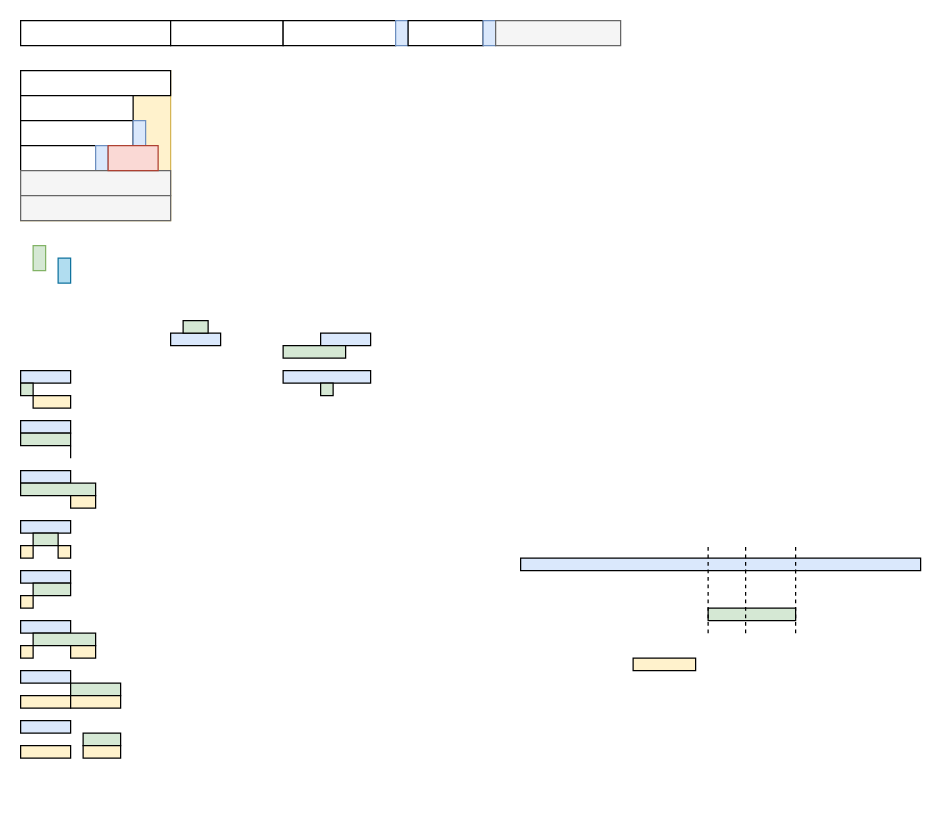
Earlier version of the draw.io diagram page "Курсор дисплея" (7 of 9) of _Doc/LPM_class_component_diagram.drawio (Teslatec/LPM_Editor). Source tidied: cells renumbered, new cells numbered last; positions are measured from the earlier drawing's top-left corner, leaving out a move shared by most shapes. Both pictures are drawn from the tidied source at 125%, with x=0, y=0 at pixel (20, 20).
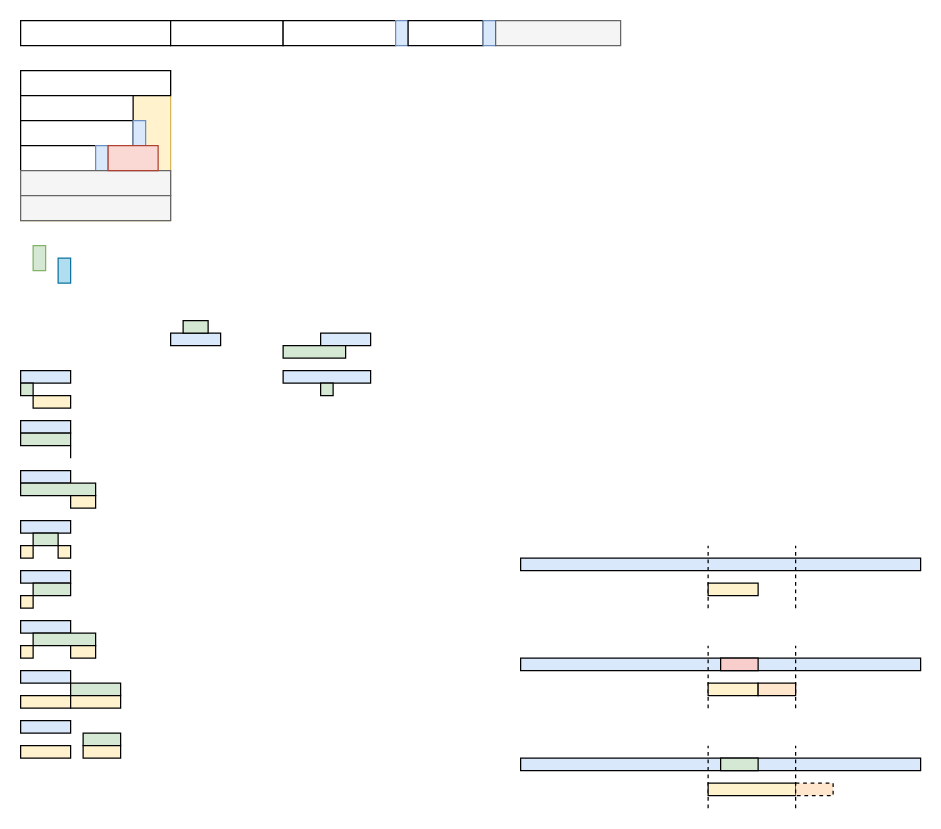
After the change.

The edit, as a diff of the source:
```diff
@@
-    <mxCell id="56" style="rounded=0;whiteSpace=wrap;html=1;fillColor=#d5e8d4;strokeColor=#000000;" parent="1" vertex="1">
-      <mxGeometry x="550" y="470" width="70" height="10" as="geometry" />
-    </mxCell>
     <mxCell id="57" style="endArrow=none;dashed=1;html=1;" parent="1" edge="1">
       <mxGeometry relative="1" as="geometry">
-        <mxPoint x="550" y="490" as="sourcePoint" />
+        <mxPoint x="550" y="470" as="sourcePoint" />
         <mxPoint x="550" y="420" as="targetPoint" />
       </mxGeometry>
     </mxCell>
-    <mxCell id="58" style="endArrow=none;dashed=1;html=1;" parent="1" edge="1">
-      <mxGeometry relative="1" as="geometry">
-        <mxPoint x="580" y="490" as="sourcePoint" />
-        <mxPoint x="580" y="420" as="targetPoint" />
-        <Array as="points">
-          <mxPoint x="580" y="470" />
-          <mxPoint x="580" y="450" />
-        </Array>
-      </mxGeometry>
-    </mxCell>
     <mxCell id="59" style="rounded=0;whiteSpace=wrap;html=1;fillColor=#fff2cc;strokeColor=#000000;" parent="1" vertex="1">
-      <mxGeometry x="490" y="510" width="50" height="10" as="geometry" />
+      <mxGeometry x="550" y="450" width="40" height="10" as="geometry" />
     </mxCell>
     <mxCell id="60" style="endArrow=none;dashed=1;html=1;" parent="1" edge="1">
       <mxGeometry relative="1" as="geometry">
-        <mxPoint x="620" y="490" as="sourcePoint" />
+        <mxPoint x="620" y="470" as="sourcePoint" />
         <mxPoint x="620" y="420" as="targetPoint" />
         <Array as="points">
           <mxPoint x="620" y="470" />
           <mxPoint x="620" y="450" />
         </Array>
       </mxGeometry>
     </mxCell>
+    <mxCell id="61" style="rounded=0;whiteSpace=wrap;html=1;fillColor=#dae8fc;strokeColor=#000000;" parent="1" vertex="1">
+      <mxGeometry x="400" y="510" width="320" height="10" as="geometry" />
+    </mxCell>
+    <mxCell id="62" style="endArrow=none;dashed=1;html=1;" parent="1" edge="1">
+      <mxGeometry relative="1" as="geometry">
+        <mxPoint x="550" y="550" as="sourcePoint" />
+        <mxPoint x="550" y="500" as="targetPoint" />
+      </mxGeometry>
+    </mxCell>
+    <mxCell id="63" style="endArrow=none;dashed=1;html=1;" parent="1" edge="1">
+      <mxGeometry relative="1" as="geometry">
+        <mxPoint x="620" y="550" as="sourcePoint" />
+        <mxPoint x="620" y="500" as="targetPoint" />
+        <Array as="points">
+          <mxPoint x="620" y="550" />
+          <mxPoint x="620" y="530" />
+        </Array>
+      </mxGeometry>
+    </mxCell>
+    <mxCell id="64" style="rounded=0;whiteSpace=wrap;html=1;fillColor=#fff2cc;strokeColor=#000000;" parent="1" vertex="1">
+      <mxGeometry x="550" y="530" width="40" height="10" as="geometry" />
+    </mxCell>
+    <mxCell id="65" style="rounded=0;whiteSpace=wrap;html=1;fillColor=#ffe6cc;strokeColor=#000000;" parent="1" vertex="1">
+      <mxGeometry x="590" y="530" width="30" height="10" as="geometry" />
+    </mxCell>
+    <mxCell id="66" style="rounded=0;whiteSpace=wrap;html=1;fillColor=#f8cecc;strokeColor=#000000;" parent="1" vertex="1">
+      <mxGeometry x="560" y="510" width="30" height="10" as="geometry" />
+    </mxCell>
+    <mxCell id="67" style="rounded=0;whiteSpace=wrap;html=1;fillColor=#dae8fc;strokeColor=#000000;" parent="1" vertex="1">
+      <mxGeometry x="400" y="590" width="320" height="10" as="geometry" />
+    </mxCell>
+    <mxCell id="68" style="endArrow=none;dashed=1;html=1;" parent="1" edge="1">
+      <mxGeometry relative="1" as="geometry">
+        <mxPoint x="550" y="630" as="sourcePoint" />
+        <mxPoint x="550" y="580" as="targetPoint" />
+      </mxGeometry>
+    </mxCell>
+    <mxCell id="69" style="endArrow=none;dashed=1;html=1;" parent="1" edge="1">
+      <mxGeometry relative="1" as="geometry">
+        <mxPoint x="620" y="630" as="sourcePoint" />
+        <mxPoint x="620" y="580" as="targetPoint" />
+        <Array as="points">
+          <mxPoint x="620" y="630" />
+          <mxPoint x="620" y="610" />
+        </Array>
+      </mxGeometry>
+    </mxCell>
+    <mxCell id="70" style="rounded=0;whiteSpace=wrap;html=1;fillColor=#fff2cc;strokeColor=#000000;" parent="1" vertex="1">
+      <mxGeometry x="550" y="610" width="70" height="10" as="geometry" />
+    </mxCell>
+    <mxCell id="71" style="rounded=0;whiteSpace=wrap;html=1;fillColor=#ffe6cc;strokeColor=#000000;dashed=1;" parent="1" vertex="1">
+      <mxGeometry x="620" y="610" width="30" height="10" as="geometry" />
+    </mxCell>
+    <mxCell id="72" style="rounded=0;whiteSpace=wrap;html=1;fillColor=#d5e8d4;strokeColor=#000000;" parent="1" vertex="1">
+      <mxGeometry x="560" y="590" width="30" height="10" as="geometry" />
+    </mxCell>
```
